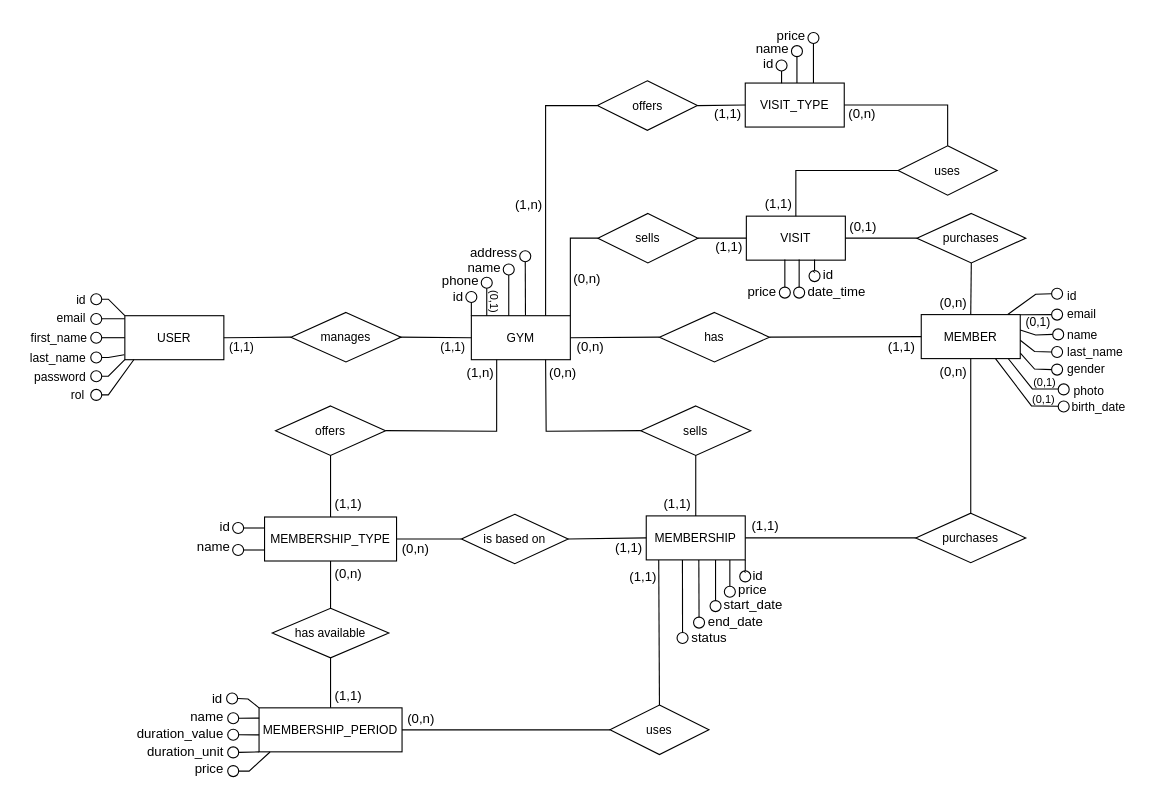
This is docs/conceptual-design.drawio from hdz-kevin/Trainly, a draw.io file, before an edit. Source tidied: cells renumbered, new cells numbered last; positions are measured from the earlier drawing's top-left corner, leaving out a move shared by most shapes. Both pictures are drawn from the tidied source at 110%, with x=0, y=0 at pixel (19, 19).
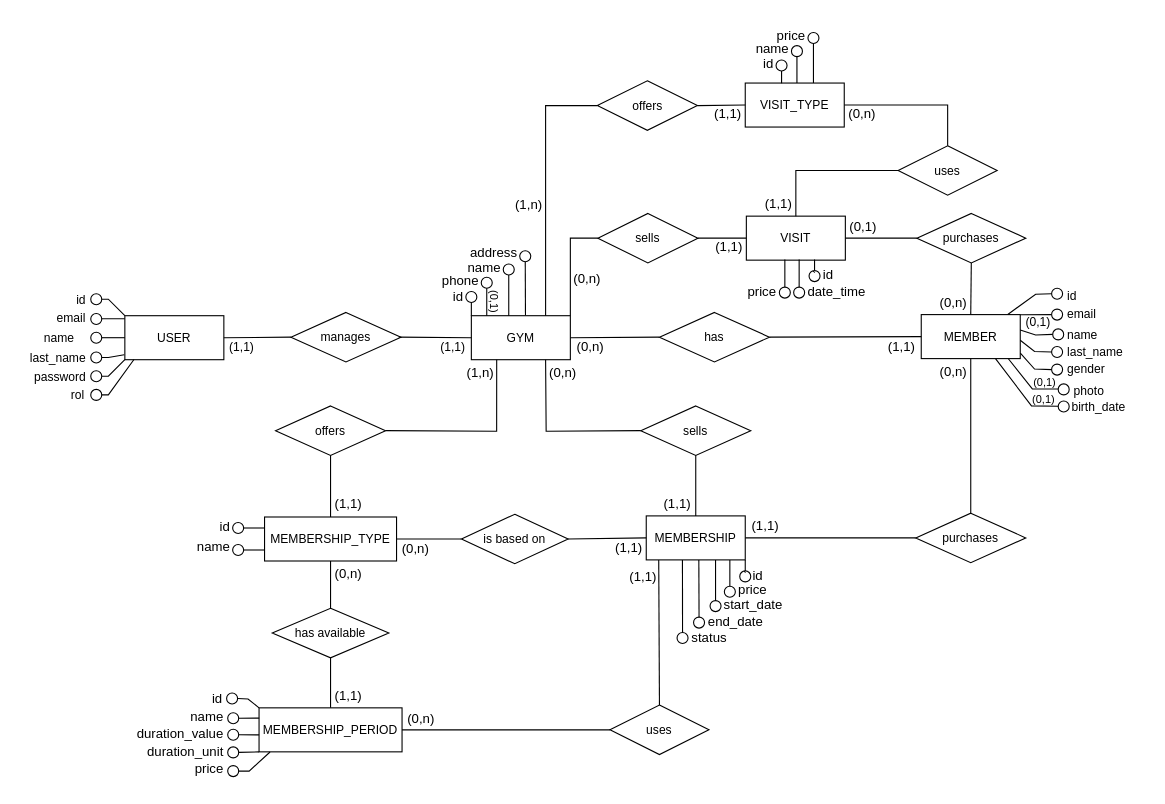
After the change.

Commit message (it also covers changes not shown here):
first_name to name on users table

The edit, as a diff of the source:
```diff
@@
-    <mxCell id="11" value="first_name" style="text;html=1;align=center;verticalAlign=middle;strokeColor=none;fillColor=none;fontSize=11;" parent="1" vertex="1">
-      <mxGeometry x="1" y="277.5" width="69" height="25" as="geometry" />
+    <mxCell id="11" value="name" style="text;html=1;align=center;verticalAlign=middle;strokeColor=none;fillColor=none;fontSize=11;" parent="1" vertex="1">
+      <mxGeometry x="13" y="277.5" width="46" height="25" as="geometry" />
     </mxCell>
```
